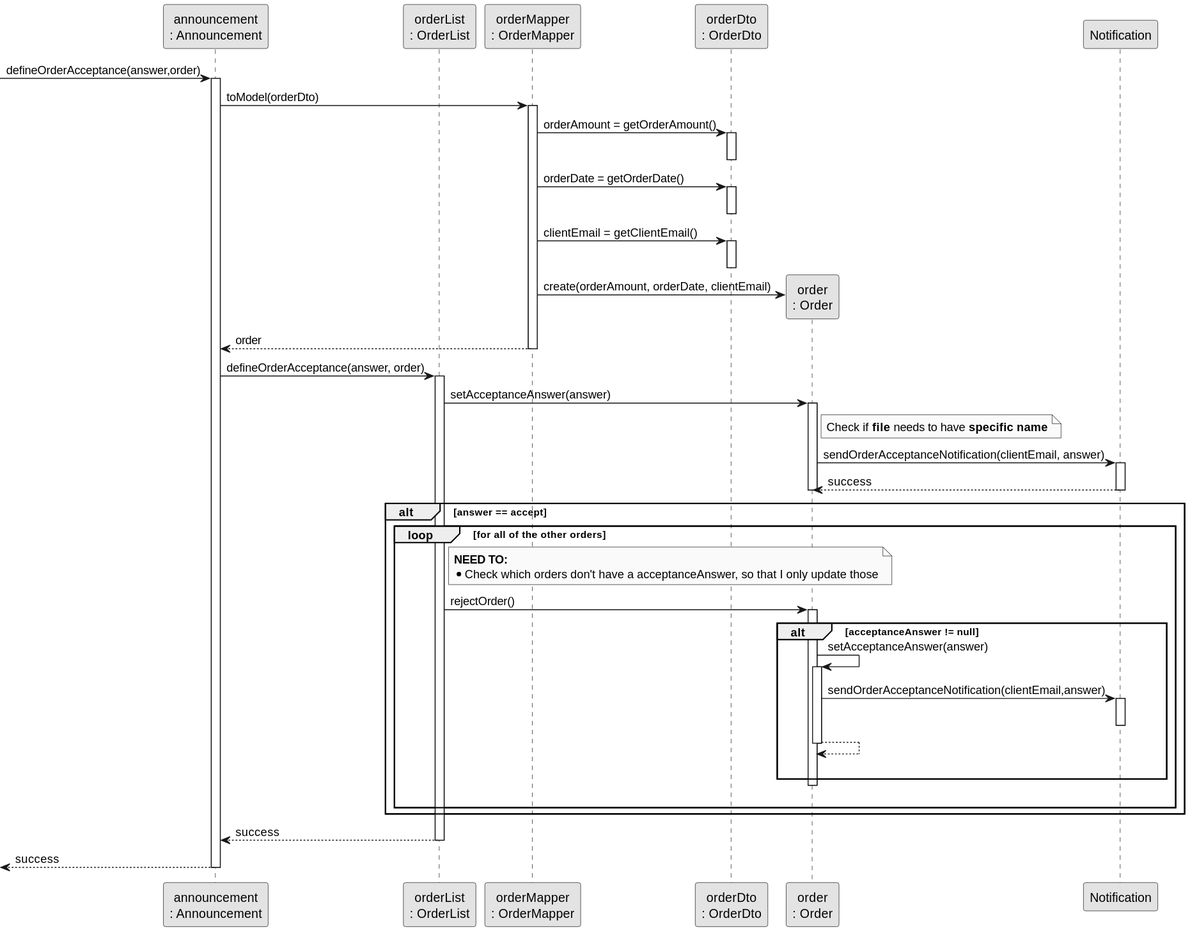
Before: docs/sprintC/us011/03.design/svg/us011-sequence-diagram-partial-define-acceptance.svg, a diagram exported from PlantUML (rita-barbosa/LAPR2-2223).
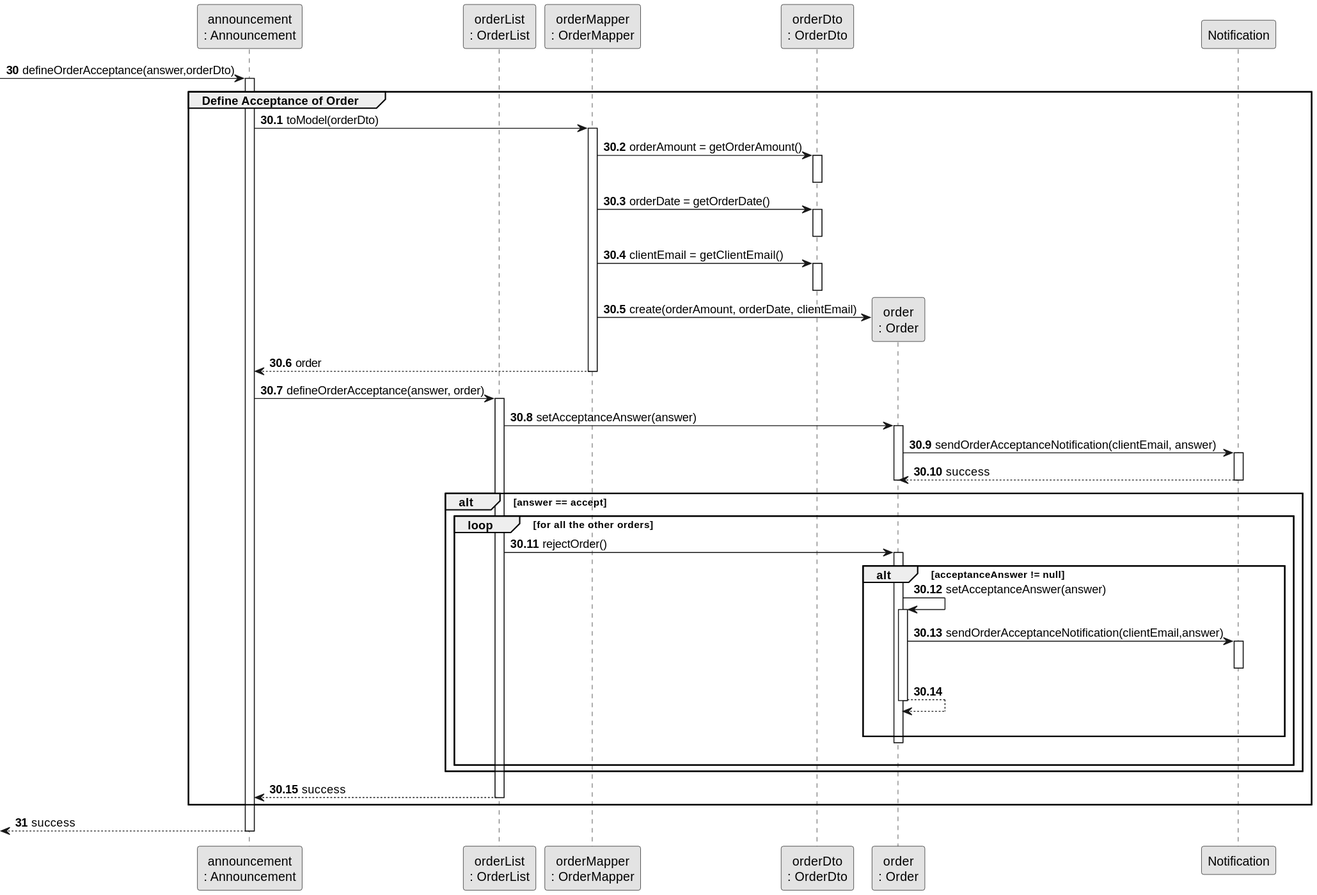
After the commit.

Diff of the diagram source:
```diff
@@ -11,10 +11,12 @@
 participant "order\n: Order" as Order
 
 
-
-    -> Announce : defineOrderAcceptance(answer,order)
+autonumber 30
+    -> Announce : defineOrderAcceptance(answer,orderDto)
     activate Announce
 
+group Define Acceptance of Order
+autonumber 30.1
     Announce -> OrderMapper: toModel(orderDto)
     activate OrderMapper
 
@@ -39,11 +41,7 @@
     activate OrderList
 
     OrderList -> Order : setAcceptanceAnswer(answer)
-                activate Order
-
-                    note right Order
-                        Check if **file** needs to have **specific name**
-                    end note
+    activate Order
 
     Order -> Notification: sendOrderAcceptanceNotification(clientEmail, answer)
     activate Notification
@@ -53,11 +51,7 @@
     deactivate Order
         alt answer == accept
 
-            loop for all of the other orders
-                note right OrderList
-                    **NEED TO:**
-                    * Check which orders don't have a acceptanceAnswer, so that I only update those
-                end note
+            loop for all the other orders
 
             OrderList -> Order : rejectOrder()
             activate Order
@@ -82,6 +76,9 @@
     OrderList --> Announce: success
     deactivate OrderList
 
+end group
+
+autonumber 31
     <-- Announce: success
     deactivate Announce
 @enduml
```
